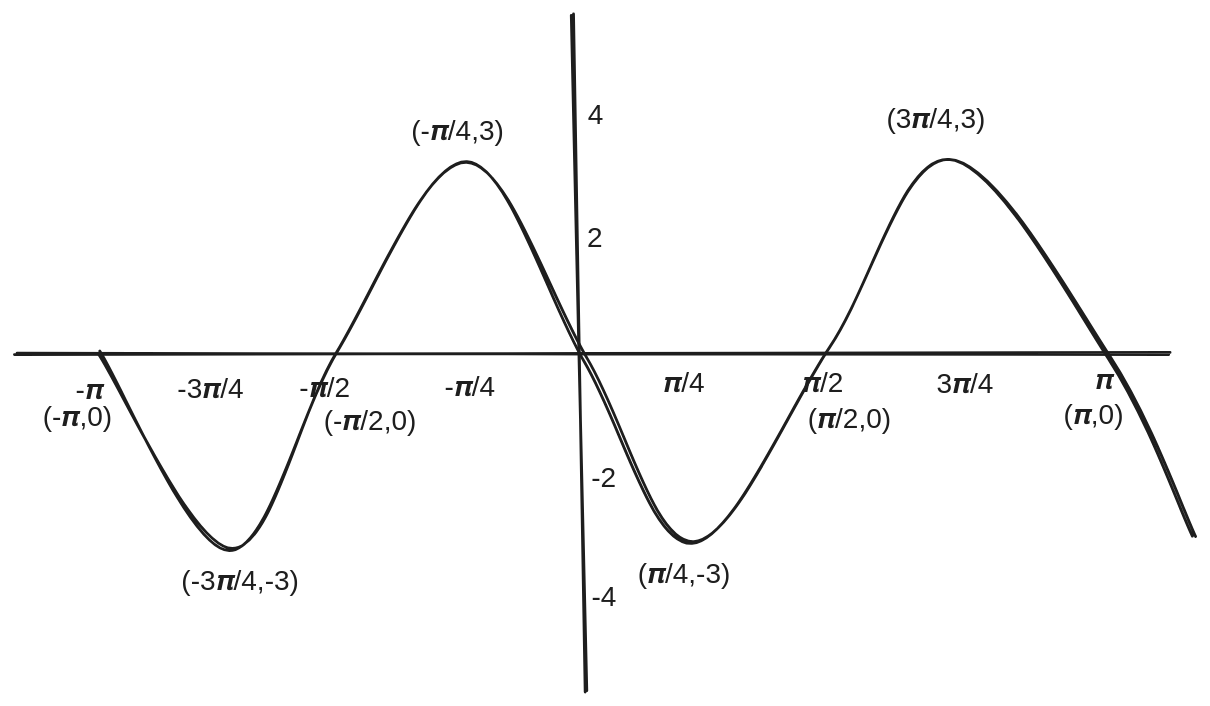
The Excalidraw diagram content/assets/guide to trigonometry 2024-09-06 17.51.15.excalidraw.svg in starlitriver/starlitriver.github.io, before a commit. Source tidied: one line per element, renumbered; positions are measured from the earlier drawing's top-left corner, leaving out a move shared by most shapes. Source of this version:
```json
{"id": 0, "type": "line", "strokeColor": "#1e1e1e", "strokeWidth": 2, "roughness": 1, "round": true, "x": 0, "y": 242, "width": 825, "height": 1, "points": [[0, 0], [825, -1]]}
{"id": 1, "type": "line", "strokeColor": "#1e1e1e", "strokeWidth": 2, "roughness": 1, "round": true, "x": 398, "y": 0, "width": 10, "height": 484, "points": [[0, 0], [10, 484]]}
{"id": 2, "type": "text", "text": "𝝅/4", "strokeColor": "#1e1e1e", "strokeWidth": 2, "roughness": 1, "fontSize": 20, "fontFamily": 2, "x": 463, "y": 251, "width": 29, "height": 23}
{"id": 3, "type": "text", "text": "-𝝅/4", "strokeColor": "#1e1e1e", "strokeWidth": 2, "roughness": 1, "fontSize": 20, "fontFamily": 2, "x": 307, "y": 254, "width": 36, "height": 23}
{"id": 4, "type": "text", "text": "𝝅/2", "strokeColor": "#1e1e1e", "strokeWidth": 2, "roughness": 1, "fontSize": 20, "fontFamily": 2, "x": 562, "y": 251, "width": 29, "height": 23}
{"id": 5, "type": "text", "text": "-𝝅/2", "strokeColor": "#1e1e1e", "strokeWidth": 2, "roughness": 1, "fontSize": 20, "fontFamily": 2, "x": 203, "y": 254, "width": 36, "height": 23}
{"id": 6, "type": "text", "text": "3𝝅/4", "strokeColor": "#1e1e1e", "strokeWidth": 2, "roughness": 1, "fontSize": 20, "fontFamily": 2, "x": 658, "y": 252, "width": 41, "height": 23}
{"id": 7, "type": "text", "text": "-3𝝅/4", "strokeColor": "#1e1e1e", "strokeWidth": 2, "roughness": 1, "fontSize": 20, "fontFamily": 2, "x": 116, "y": 255, "width": 47, "height": 23}
{"id": 8, "type": "text", "text": "-𝝅", "strokeColor": "#1e1e1e", "strokeWidth": 2, "roughness": 1, "fontSize": 20, "fontFamily": 2, "x": 43, "y": 256, "width": 19, "height": 23}
{"id": 9, "type": "text", "text": "𝝅", "strokeColor": "#1e1e1e", "strokeWidth": 2, "roughness": 1, "fontSize": 20, "fontFamily": 2, "x": 771, "y": 249, "width": 13, "height": 23}
{"id": 10, "type": "text", "text": "2", "strokeColor": "#1e1e1e", "strokeWidth": 2, "roughness": 1, "fontSize": 20, "fontFamily": 2, "x": 408, "y": 147, "width": 11, "height": 23}
{"id": 11, "type": "text", "text": "4", "strokeColor": "#1e1e1e", "strokeWidth": 2, "roughness": 1, "fontSize": 20, "fontFamily": 2, "x": 409, "y": 59, "width": 11, "height": 23}
{"id": 12, "type": "text", "text": "-4", "strokeColor": "#1e1e1e", "strokeWidth": 2, "roughness": 1, "fontSize": 20, "fontFamily": 2, "x": 412, "y": 404, "width": 18, "height": 23}
{"id": 13, "type": "text", "text": "-2", "strokeColor": "#1e1e1e", "strokeWidth": 2, "roughness": 1, "fontSize": 20, "fontFamily": 2, "x": 411, "y": 319, "width": 18, "height": 23}
{"id": 14, "type": "line", "strokeColor": "#1e1e1e", "strokeWidth": 2, "roughness": 1, "round": true, "x": 59, "y": 241, "width": 783, "height": 279, "points": [[0, 0], [95, 140], [171, -1], [265, -135], [348, 6], [424, 137], [522, -4], [607, -139], [722, 4], [783, 131]]}
{"id": 15, "type": "text", "text": "(-3𝝅/4,-3)", "strokeColor": "#1e1e1e", "strokeWidth": 2, "roughness": 1, "fontSize": 20, "fontFamily": 2, "x": 119, "y": 393, "width": 84, "height": 23}
{"id": 16, "type": "text", "text": "(𝝅/4,-3)", "strokeColor": "#1e1e1e", "strokeWidth": 2, "roughness": 1, "fontSize": 20, "fontFamily": 2, "x": 445, "y": 388, "width": 66, "height": 23}
{"id": 17, "type": "text", "text": "(3𝝅/4,3)", "strokeColor": "#1e1e1e", "strokeWidth": 2, "roughness": 1, "fontSize": 20, "fontFamily": 2, "x": 622, "y": 62, "width": 71, "height": 23}
{"id": 18, "type": "text", "text": "(-𝝅/4,3)", "strokeColor": "#1e1e1e", "strokeWidth": 2, "roughness": 1, "fontSize": 20, "fontFamily": 2, "x": 283, "y": 71, "width": 66, "height": 23}
{"id": 19, "type": "text", "text": "(𝝅,0)", "strokeColor": "#1e1e1e", "strokeWidth": 2, "roughness": 1, "fontSize": 20, "fontFamily": 2, "x": 749, "y": 274, "width": 43, "height": 23}
{"id": 20, "type": "text", "text": "(𝝅/2,0)", "strokeColor": "#1e1e1e", "strokeWidth": 2, "roughness": 1, "fontSize": 20, "fontFamily": 2, "x": 566, "y": 277, "width": 59, "height": 23}
{"id": 21, "type": "text", "text": "(-𝝅/2,0)", "strokeColor": "#1e1e1e", "strokeWidth": 2, "roughness": 1, "fontSize": 20, "fontFamily": 2, "x": 220, "y": 278, "width": 66, "height": 23}
{"id": 22, "type": "text", "text": "(-𝝅,0)", "strokeColor": "#1e1e1e", "strokeWidth": 2, "roughness": 1, "fontSize": 20, "fontFamily": 2, "x": 20, "y": 275, "width": 49, "height": 23}
```
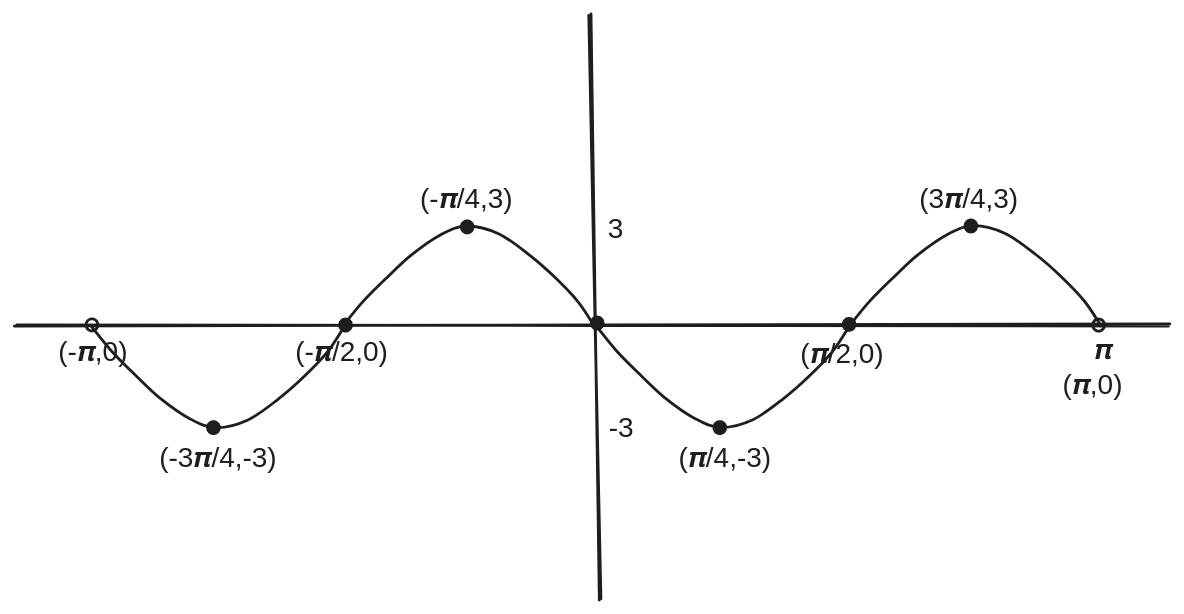
After the commit.

Diff of the diagram source:
```diff
@@ -1,23 +1,26 @@
-{"id": 0, "type": "line", "strokeColor": "#1e1e1e", "strokeWidth": 2, "roughness": 1, "round": true, "x": 0, "y": 242, "width": 825, "height": 1, "points": [[0, 0], [825, -1]]}
+{"id": 0, "type": "line", "strokeColor": "#1e1e1e", "strokeWidth": 2, "roughness": 1, "round": true, "x": 0, "y": 244, "width": 825, "height": 1, "points": [[0, 0], [825, -1]]}
-{"id": 1, "type": "line", "strokeColor": "#1e1e1e", "strokeWidth": 2, "roughness": 1, "round": true, "x": 398, "y": 0, "width": 10, "height": 484, "points": [[0, 0], [10, 484]]}
+{"id": 1, "type": "line", "strokeColor": "#1e1e1e", "strokeWidth": 2, "roughness": 1, "round": true, "x": 412, "y": 22, "width": 8, "height": 418, "points": [[0, 0], [8, 418]]}
-{"id": 2, "type": "text", "text": "𝝅/4", "strokeColor": "#1e1e1e", "strokeWidth": 2, "roughness": 1, "fontSize": 20, "fontFamily": 2, "x": 463, "y": 251, "width": 29, "height": 23}
-{"id": 3, "type": "text", "text": "-𝝅/4", "strokeColor": "#1e1e1e", "strokeWidth": 2, "roughness": 1, "fontSize": 20, "fontFamily": 2, "x": 307, "y": 254, "width": 36, "height": 23}
-{"id": 4, "type": "text", "text": "𝝅/2", "strokeColor": "#1e1e1e", "strokeWidth": 2, "roughness": 1, "fontSize": 20, "fontFamily": 2, "x": 562, "y": 251, "width": 29, "height": 23}
-{"id": 5, "type": "text", "text": "-𝝅/2", "strokeColor": "#1e1e1e", "strokeWidth": 2, "roughness": 1, "fontSize": 20, "fontFamily": 2, "x": 203, "y": 254, "width": 36, "height": 23}
-{"id": 6, "type": "text", "text": "3𝝅/4", "strokeColor": "#1e1e1e", "strokeWidth": 2, "roughness": 1, "fontSize": 20, "fontFamily": 2, "x": 658, "y": 252, "width": 41, "height": 23}
-{"id": 7, "type": "text", "text": "-3𝝅/4", "strokeColor": "#1e1e1e", "strokeWidth": 2, "roughness": 1, "fontSize": 20, "fontFamily": 2, "x": 116, "y": 255, "width": 47, "height": 23}
-{"id": 8, "type": "text", "text": "-𝝅", "strokeColor": "#1e1e1e", "strokeWidth": 2, "roughness": 1, "fontSize": 20, "fontFamily": 2, "x": 43, "y": 256, "width": 19, "height": 23}
 {"id": 9, "type": "text", "text": "𝝅", "strokeColor": "#1e1e1e", "strokeWidth": 2, "roughness": 1, "fontSize": 20, "fontFamily": 2, "x": 771, "y": 249, "width": 13, "height": 23}
-{"id": 10, "type": "text", "text": "2", "strokeColor": "#1e1e1e", "strokeWidth": 2, "roughness": 1, "fontSize": 20, "fontFamily": 2, "x": 408, "y": 147, "width": 11, "height": 23}
-{"id": 11, "type": "text", "text": "4", "strokeColor": "#1e1e1e", "strokeWidth": 2, "roughness": 1, "fontSize": 20, "fontFamily": 2, "x": 409, "y": 59, "width": 11, "height": 23}
+{"id": 11, "type": "text", "text": "3", "strokeColor": "#1e1e1e", "strokeWidth": 2, "roughness": 1, "fontSize": 20, "fontFamily": 2, "x": 424, "y": 163, "width": 11, "height": 23}
-{"id": 12, "type": "text", "text": "-4", "strokeColor": "#1e1e1e", "strokeWidth": 2, "roughness": 1, "fontSize": 20, "fontFamily": 2, "x": 412, "y": 404, "width": 18, "height": 23}
+{"id": 12, "type": "text", "text": "-3", "strokeColor": "#1e1e1e", "strokeWidth": 2, "roughness": 1, "fontSize": 20, "fontFamily": 2, "x": 425, "y": 305, "width": 18, "height": 23}
-{"id": 13, "type": "text", "text": "-2", "strokeColor": "#1e1e1e", "strokeWidth": 2, "roughness": 1, "fontSize": 20, "fontFamily": 2, "x": 411, "y": 319, "width": 18, "height": 23}
-{"id": 14, "type": "line", "strokeColor": "#1e1e1e", "strokeWidth": 2, "roughness": 1, "round": true, "x": 59, "y": 241, "width": 783, "height": 279, "points": [[0, 0], [95, 140], [171, -1], [265, -135], [348, 6], [424, 137], [522, -4], [607, -139], [722, 4], [783, 131]]}
-{"id": 15, "type": "text", "text": "(-3𝝅/4,-3)", "strokeColor": "#1e1e1e", "strokeWidth": 2, "roughness": 1, "fontSize": 20, "fontFamily": 2, "x": 119, "y": 393, "width": 84, "height": 23}
+{"id": 15, "type": "text", "text": "(-3𝝅/4,-3)", "strokeColor": "#1e1e1e", "strokeWidth": 2, "roughness": 1, "fontSize": 20, "fontFamily": 2, "x": 103, "y": 326, "width": 84, "height": 23}
-{"id": 16, "type": "text", "text": "(𝝅/4,-3)", "strokeColor": "#1e1e1e", "strokeWidth": 2, "roughness": 1, "fontSize": 20, "fontFamily": 2, "x": 445, "y": 388, "width": 66, "height": 23}
+{"id": 16, "type": "text", "text": "(𝝅/4,-3)", "strokeColor": "#1e1e1e", "strokeWidth": 2, "roughness": 1, "fontSize": 20, "fontFamily": 2, "x": 475, "y": 326, "width": 66, "height": 23}
-{"id": 17, "type": "text", "text": "(3𝝅/4,3)", "strokeColor": "#1e1e1e", "strokeWidth": 2, "roughness": 1, "fontSize": 20, "fontFamily": 2, "x": 622, "y": 62, "width": 71, "height": 23}
+{"id": 17, "type": "text", "text": "(3𝝅/4,3)", "strokeColor": "#1e1e1e", "strokeWidth": 2, "roughness": 1, "fontSize": 20, "fontFamily": 2, "x": 647, "y": 141, "width": 71, "height": 23}
-{"id": 18, "type": "text", "text": "(-𝝅/4,3)", "strokeColor": "#1e1e1e", "strokeWidth": 2, "roughness": 1, "fontSize": 20, "fontFamily": 2, "x": 283, "y": 71, "width": 66, "height": 23}
+{"id": 18, "type": "text", "text": "(-𝝅/4,3)", "strokeColor": "#1e1e1e", "strokeWidth": 2, "roughness": 1, "fontSize": 20, "fontFamily": 2, "x": 290, "y": 141, "width": 66, "height": 23}
 {"id": 19, "type": "text", "text": "(𝝅,0)", "strokeColor": "#1e1e1e", "strokeWidth": 2, "roughness": 1, "fontSize": 20, "fontFamily": 2, "x": 749, "y": 274, "width": 43, "height": 23}
-{"id": 20, "type": "text", "text": "(𝝅/2,0)", "strokeColor": "#1e1e1e", "strokeWidth": 2, "roughness": 1, "fontSize": 20, "fontFamily": 2, "x": 566, "y": 277, "width": 59, "height": 23}
+{"id": 20, "type": "text", "text": "(𝝅/2,0)", "strokeColor": "#1e1e1e", "strokeWidth": 2, "roughness": 1, "fontSize": 20, "fontFamily": 2, "x": 562, "y": 252, "width": 59, "height": 23}
-{"id": 21, "type": "text", "text": "(-𝝅/2,0)", "strokeColor": "#1e1e1e", "strokeWidth": 2, "roughness": 1, "fontSize": 20, "fontFamily": 2, "x": 220, "y": 278, "width": 66, "height": 23}
+{"id": 21, "type": "text", "text": "(-𝝅/2,0)", "strokeColor": "#1e1e1e", "strokeWidth": 2, "roughness": 1, "fontSize": 20, "fontFamily": 2, "x": 201, "y": 250, "width": 66, "height": 23}
-{"id": 22, "type": "text", "text": "(-𝝅,0)", "strokeColor": "#1e1e1e", "strokeWidth": 2, "roughness": 1, "fontSize": 20, "fontFamily": 2, "x": 20, "y": 275, "width": 49, "height": 23}
+{"id": 22, "type": "text", "text": "(-𝝅,0)", "strokeColor": "#1e1e1e", "strokeWidth": 2, "roughness": 1, "fontSize": 20, "fontFamily": 2, "x": 31, "y": 251, "width": 49, "height": 23}
+{"id": 23, "type": "line", "strokeColor": "#1e1e1e", "angle": 1.57, "strokeWidth": 2, "roughness": 0, "round": true, "x": 110, "y": 190, "width": 72, "height": 180, "points": [[0, 0], [17, 12], [35, 29], [51, 46], [66, 69], [71, 92], [65, 110], [51, 131], [35, 148], [17, 166], [-1, 180]]}
+{"id": 24, "type": "line", "strokeColor": "#1e1e1e", "angle": 4.71, "strokeWidth": 2, "roughness": 0, "round": true, "x": 289, "y": 298, "width": 72, "height": 180, "points": [[0, 0], [17, -12], [35, -29], [51, -46], [66, -69], [71, -92], [65, -110], [51, -131], [35, -148], [17, -166], [-1, -180]]}
+{"id": 25, "type": "line", "strokeColor": "#1e1e1e", "angle": 1.57, "strokeWidth": 2, "roughness": 0, "round": true, "x": 471, "y": 190, "width": 72, "height": 180, "points": [[0, 0], [17, 12], [35, 29], [51, 46], [66, 69], [71, 92], [65, 110], [51, 131], [35, 148], [17, 166], [-1, 180]]}
+{"id": 26, "type": "line", "strokeColor": "#1e1e1e", "angle": 4.71, "strokeWidth": 2, "roughness": 0, "round": true, "x": 651, "y": 298, "width": 72, "height": 180, "points": [[0, 0], [17, -12], [35, -29], [51, -46], [66, -69], [71, -92], [65, -110], [51, -131], [35, -148], [17, -166], [-1, -180]]}
+{"id": 27, "type": "ellipse", "strokeColor": "#1e1e1e", "backgroundColor": "#1e1e1e", "fillStyle": "solid", "strokeWidth": 2, "roughness": 0, "round": true, "x": 412, "y": 237, "width": 8, "height": 9}
+{"id": 28, "type": "ellipse", "strokeColor": "#1e1e1e", "backgroundColor": "#1e1e1e", "fillStyle": "solid", "strokeWidth": 2, "roughness": 0, "round": true, "x": 592, "y": 238, "width": 8, "height": 9}
+{"id": 29, "type": "ellipse", "strokeColor": "#1e1e1e", "backgroundColor": "#1e1e1e", "fillStyle": "solid", "strokeWidth": 2, "roughness": 0, "round": true, "x": 500, "y": 312, "width": 8, "height": 9}
+{"id": 30, "type": "ellipse", "strokeColor": "#1e1e1e", "backgroundColor": "#1e1e1e", "fillStyle": "solid", "strokeWidth": 2, "roughness": 0, "round": true, "x": 319, "y": 169, "width": 8, "height": 9}
+{"id": 31, "type": "ellipse", "strokeColor": "#1e1e1e", "backgroundColor": "#1e1e1e", "fillStyle": "solid", "strokeWidth": 2, "roughness": 0, "round": true, "x": 138, "y": 312, "width": 8, "height": 9}
+{"id": 32, "type": "ellipse", "strokeColor": "#1e1e1e", "backgroundColor": "#1e1e1e", "fillStyle": "solid", "strokeWidth": 2, "roughness": 0, "round": true, "x": 679, "y": 168, "width": 8, "height": 9}
+{"id": 33, "type": "ellipse", "strokeColor": "#1e1e1e", "backgroundColor": "#1e1e1e", "fillStyle": "hachure", "strokeWidth": 2, "roughness": 0, "round": true, "x": 771, "y": 239, "width": 8, "height": 9}
+{"id": 34, "type": "ellipse", "strokeColor": "#1e1e1e", "backgroundColor": "#1e1e1e", "fillStyle": "hachure", "strokeWidth": 2, "roughness": 0, "round": true, "x": 51, "y": 239, "width": 8, "height": 9}
+{"id": 35, "type": "ellipse", "strokeColor": "#1e1e1e", "backgroundColor": "#1e1e1e", "fillStyle": "solid", "strokeWidth": 2, "roughness": 0, "round": true, "x": 232, "y": 239, "width": 8, "height": 9}
```
